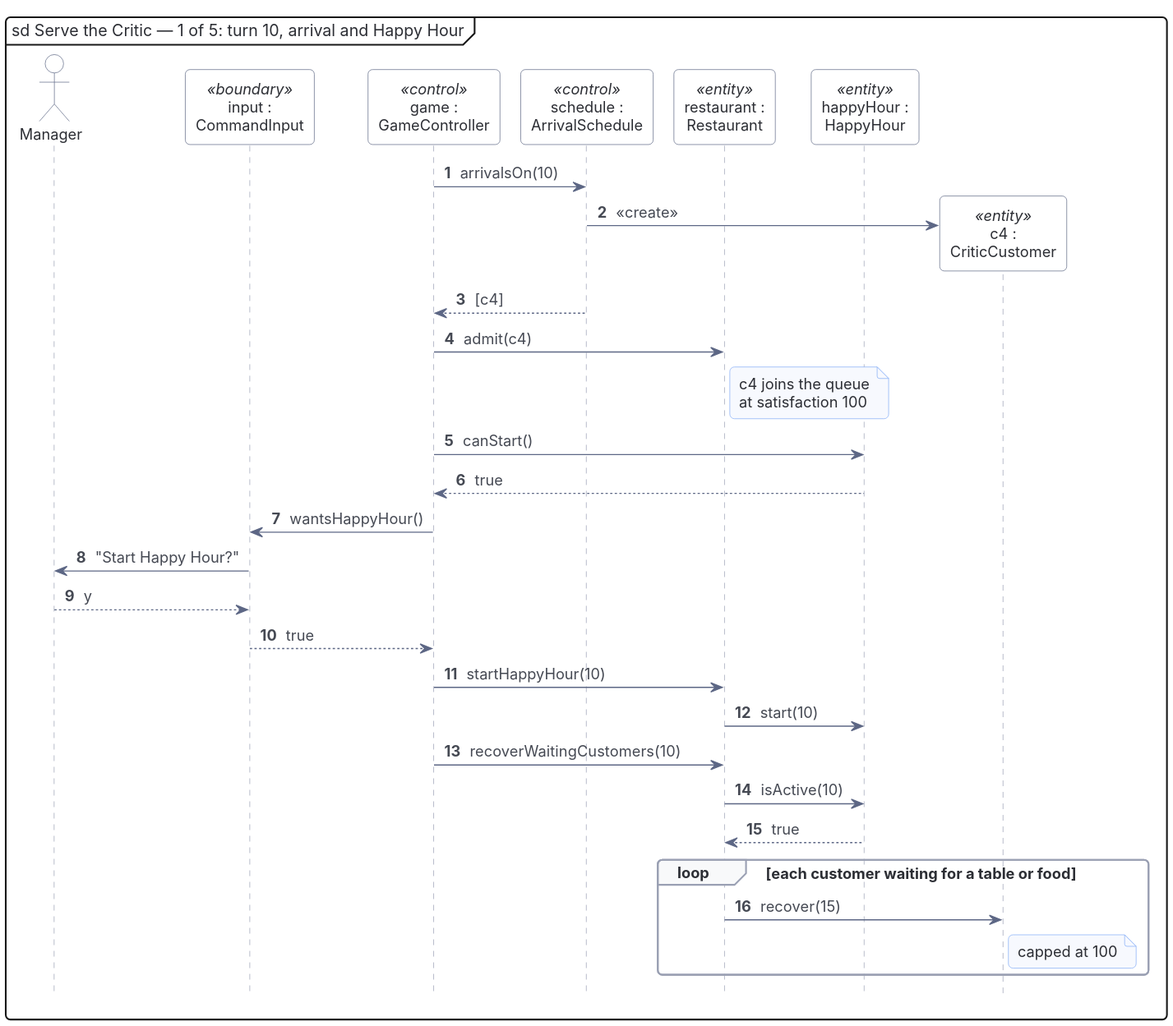
Before: docs/uml/seq-1-arrival.svg, a diagram exported from PlantUML (edwardlaiyc/SC2302-TAIS1).
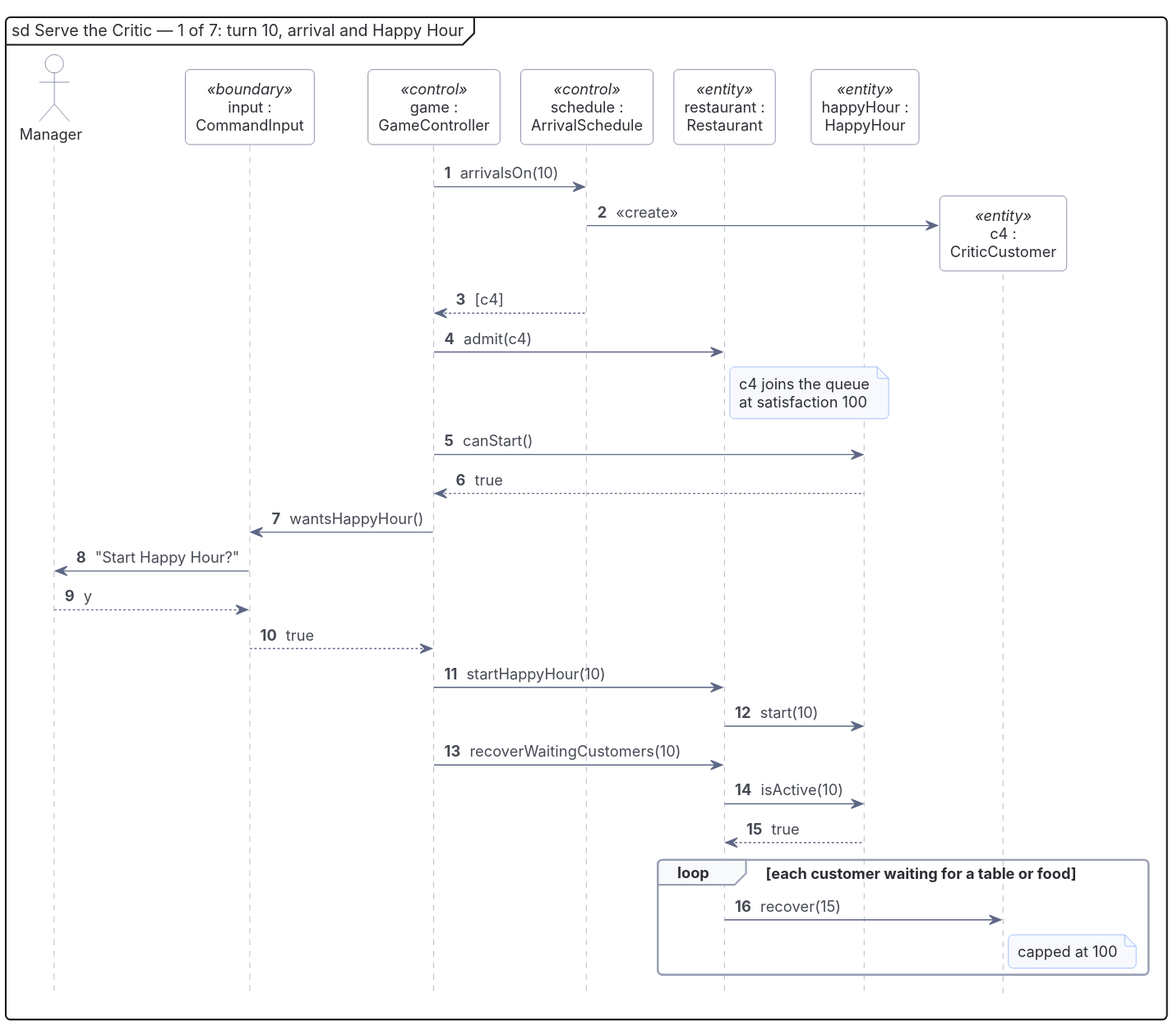
After the commit.

What changed in the source:
```diff
@@ -1,6 +1,6 @@
 @startuml
 !include seq-style.puml
-mainframe sd Serve the Critic — 1 of 5: turn 10, arrival and Happy Hour
+mainframe sd Serve the Critic — 1 of 7: turn 10, arrival and Happy Hour
 autonumber 1 "<b>0"
 
 actor Manager
```
